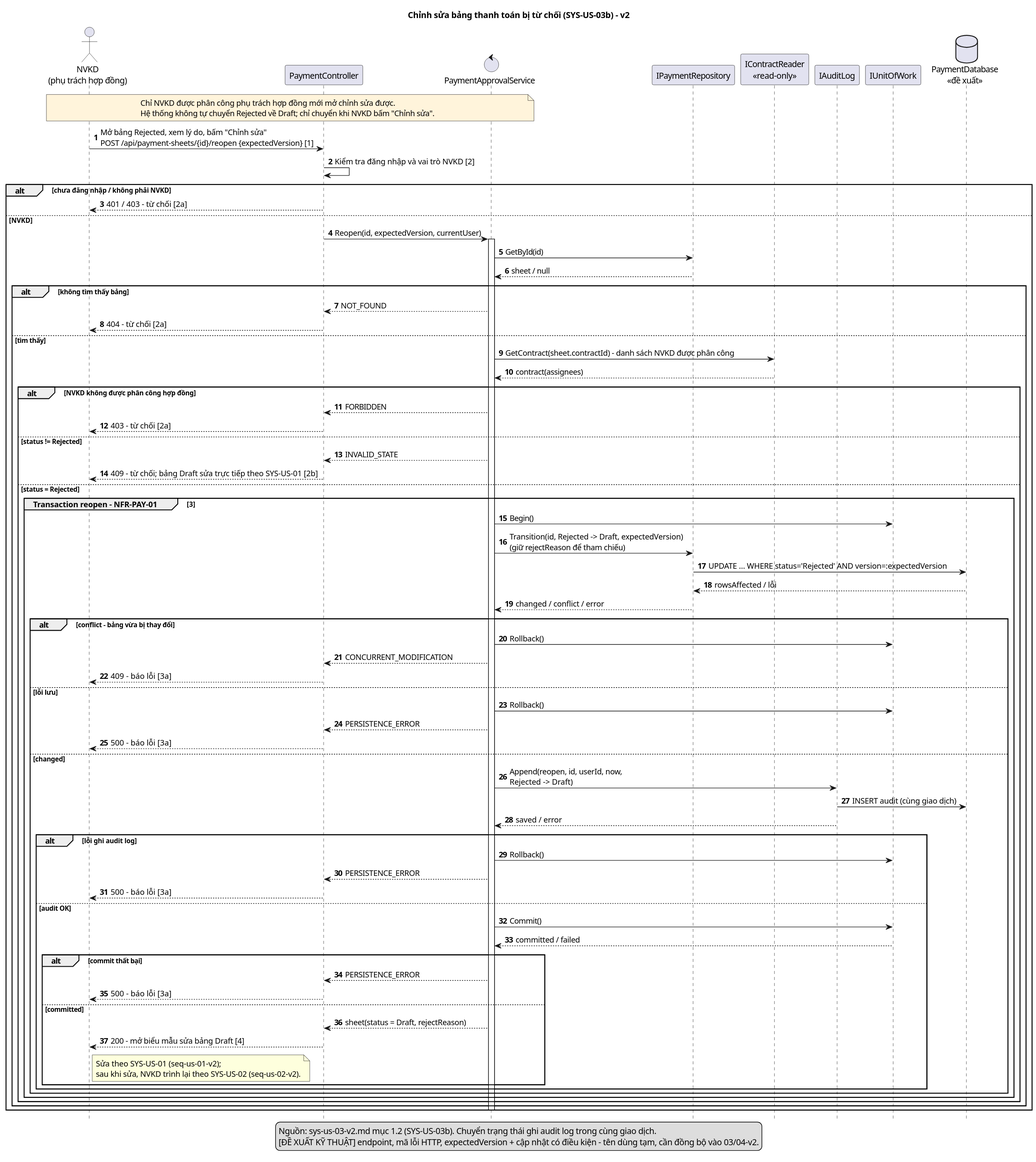
This is docs/design/payment-management/v2/diagrams/seq-us-03-2-v2.svg from Spring-anzuaviv/03-SEMINAR-TA1, a PlantUML export, as it was before one commit.
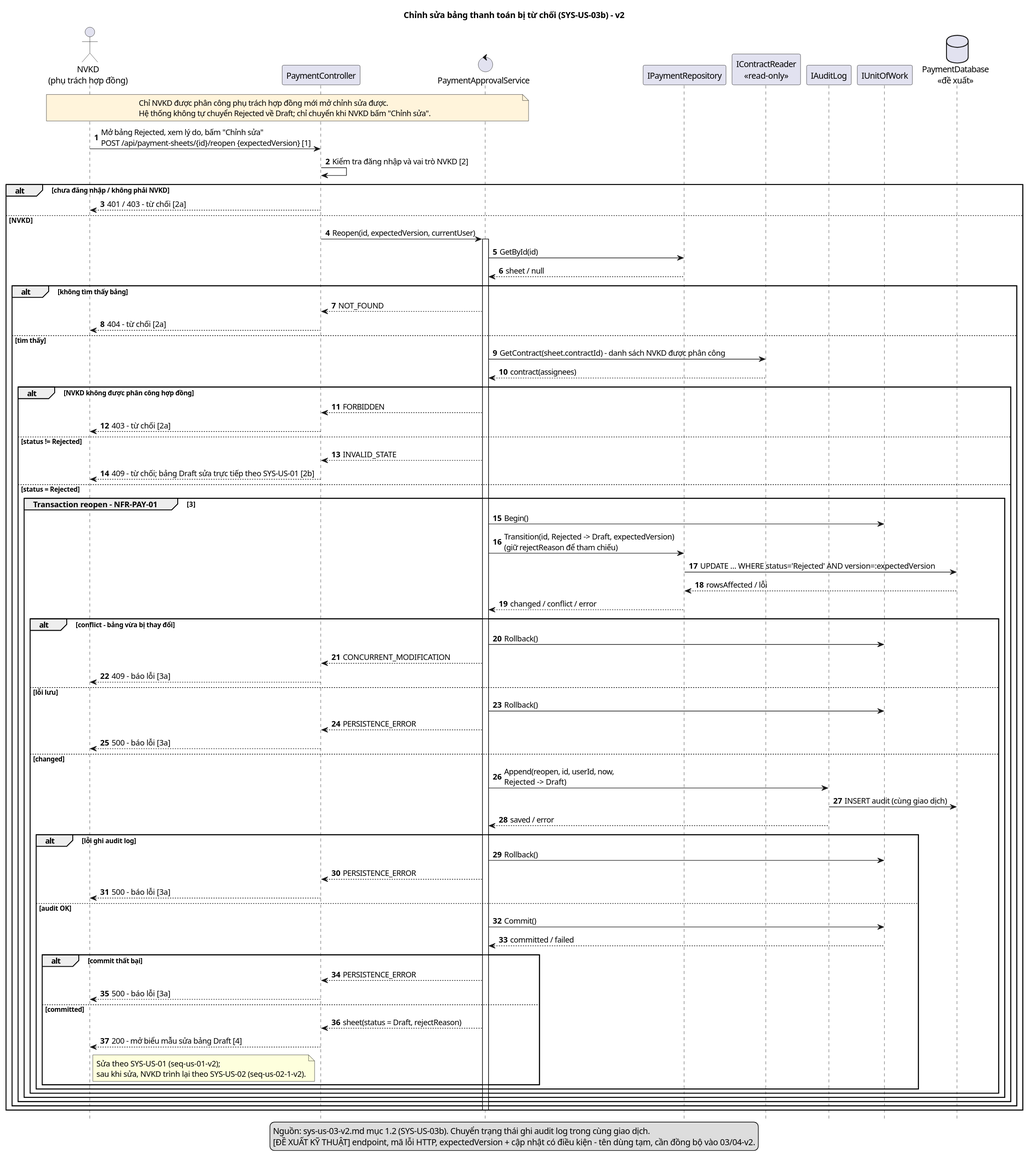
Later version of the same file.

Commit message:
docs: split US-02 v2 sequence diagrams

Diff of the diagram source:
```diff
@@ -75,7 +75,7 @@
               API --> K : 200 - mở biểu mẫu sửa bảng Draft [4]
               note right of K
                 Sửa theo SYS-US-01 (seq-us-01-v2);
-                sau khi sửa, NVKD trình lại theo SYS-US-02 (seq-us-02-v2).
+                sau khi sửa, NVKD trình lại theo SYS-US-02 (seq-us-02-1-v2).
               end note
             end
           end
```
